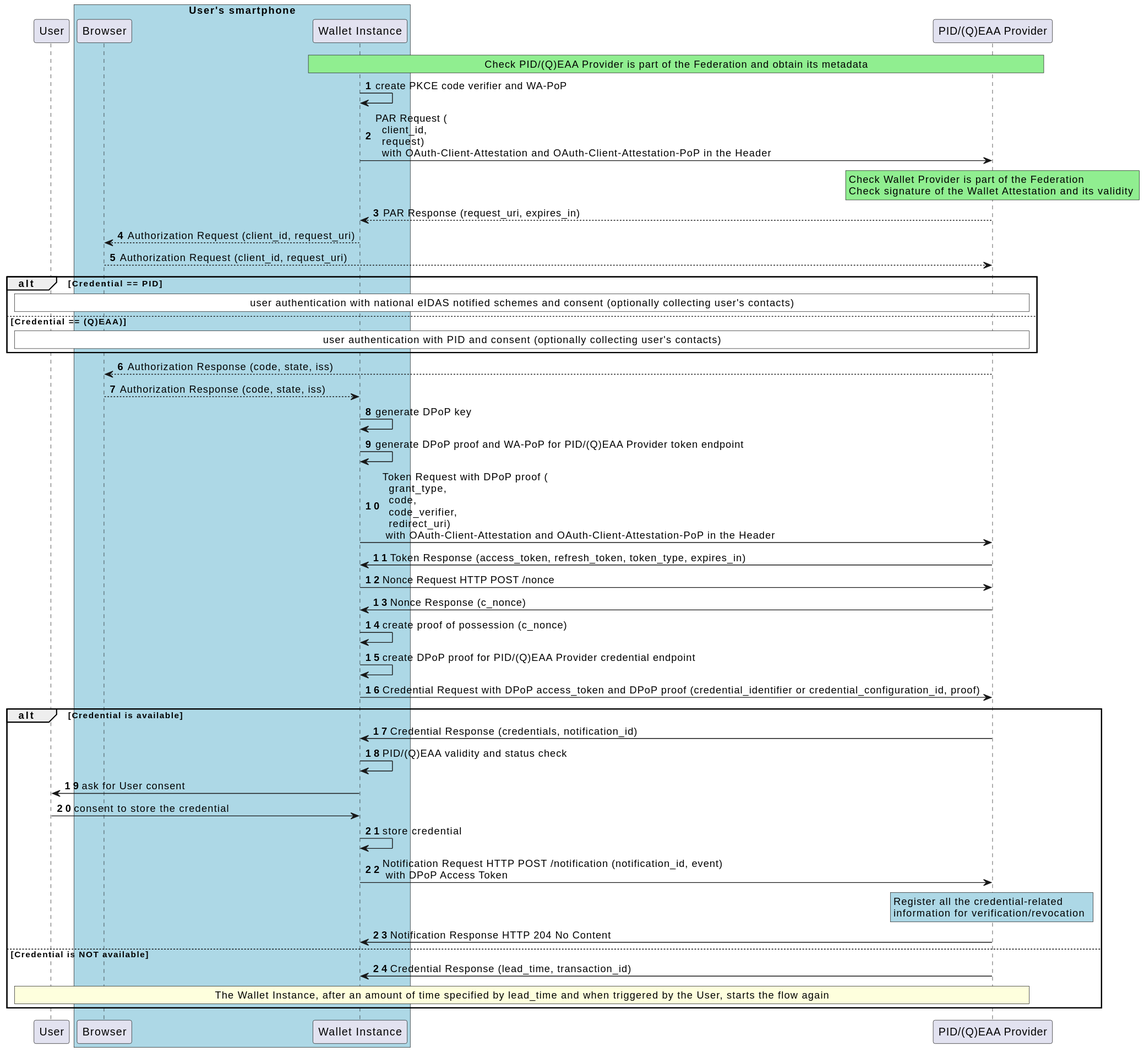
fmarino-ipzs/eid-it-wallet-docs keeps this PlantUML diagram as images/Low-Level-Flow-ITWallet-PID-QEAA-Issuance.svg. Above is the earlier version.
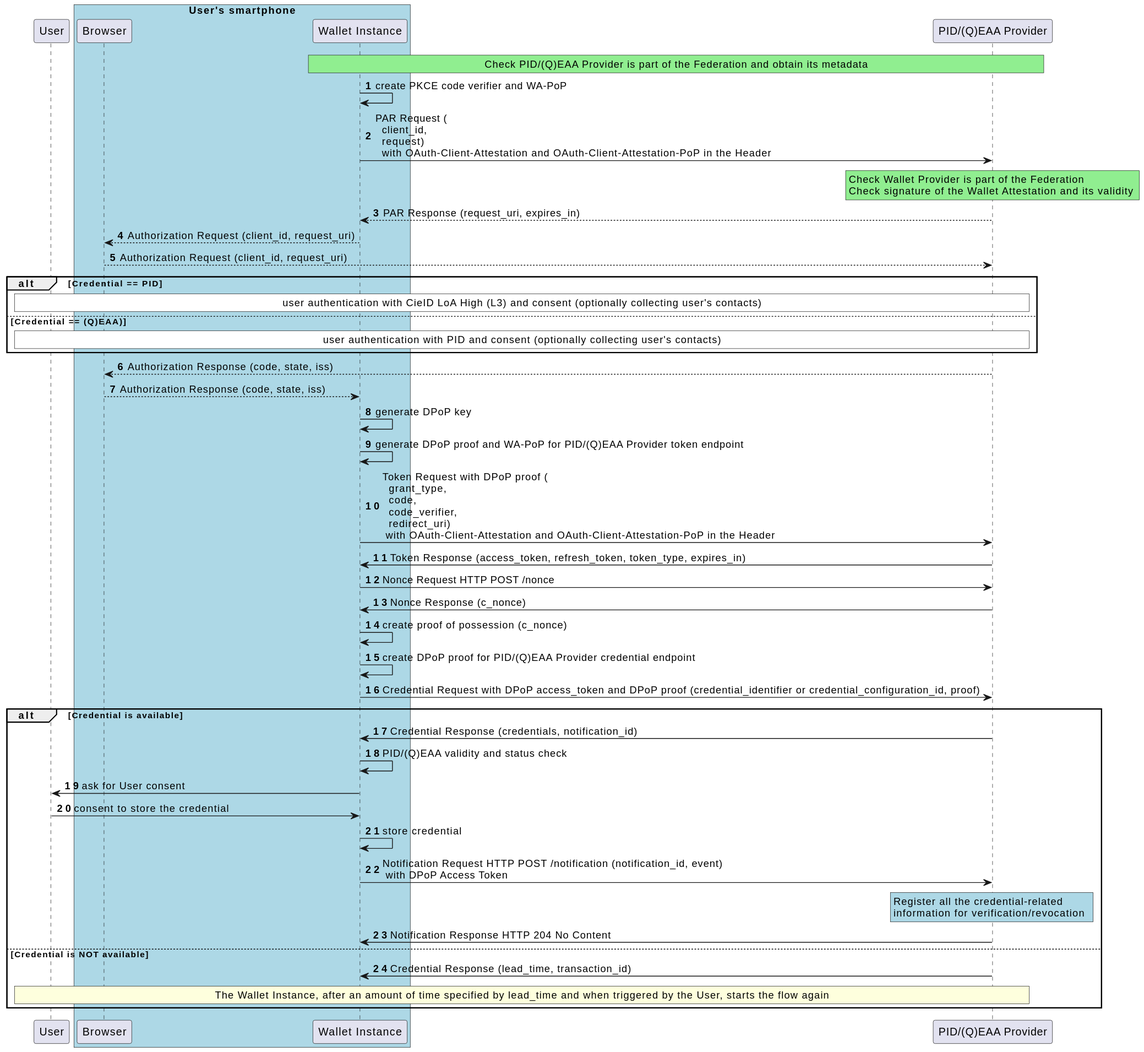
After the commit.

Diff of the diagram source:
```diff
@@ -31,7 +31,7 @@
 
 alt Credential == PID
 rnote over i,u #WHITE
-user authentication with national eIDAS notified schemes and consent (optionally collecting user's contacts)
+user authentication with CieID LoA High (L3) and consent (optionally collecting user's contacts)
 endrnote
 else Credential == (Q)EAA)
 rnote over i,u #WHITE
```
